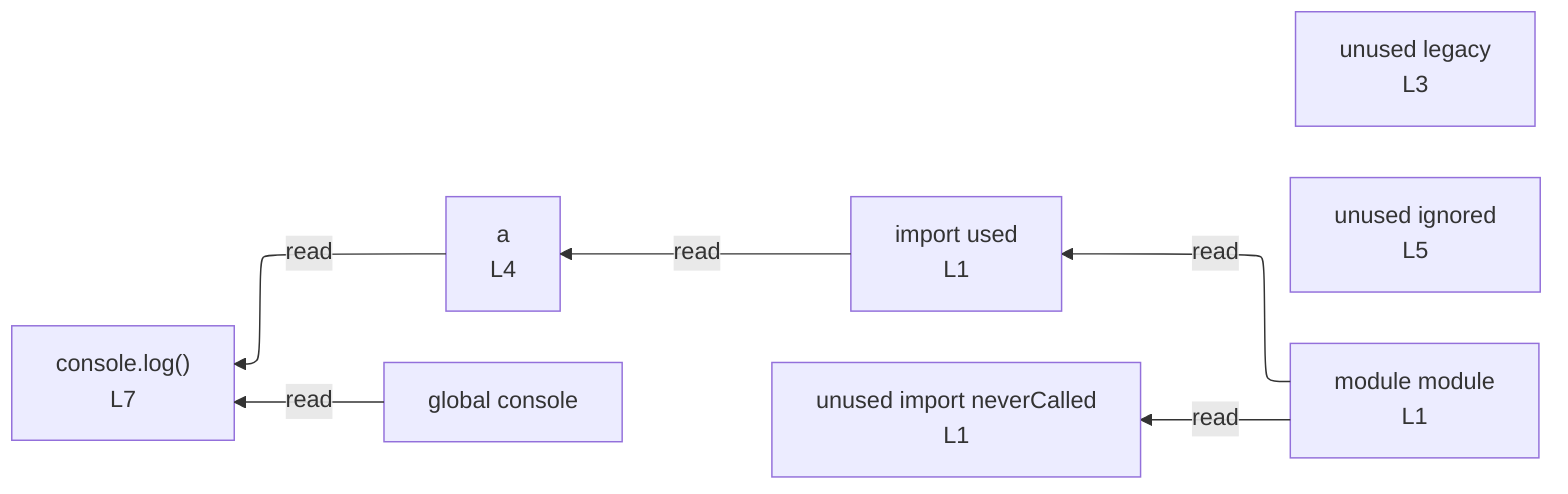
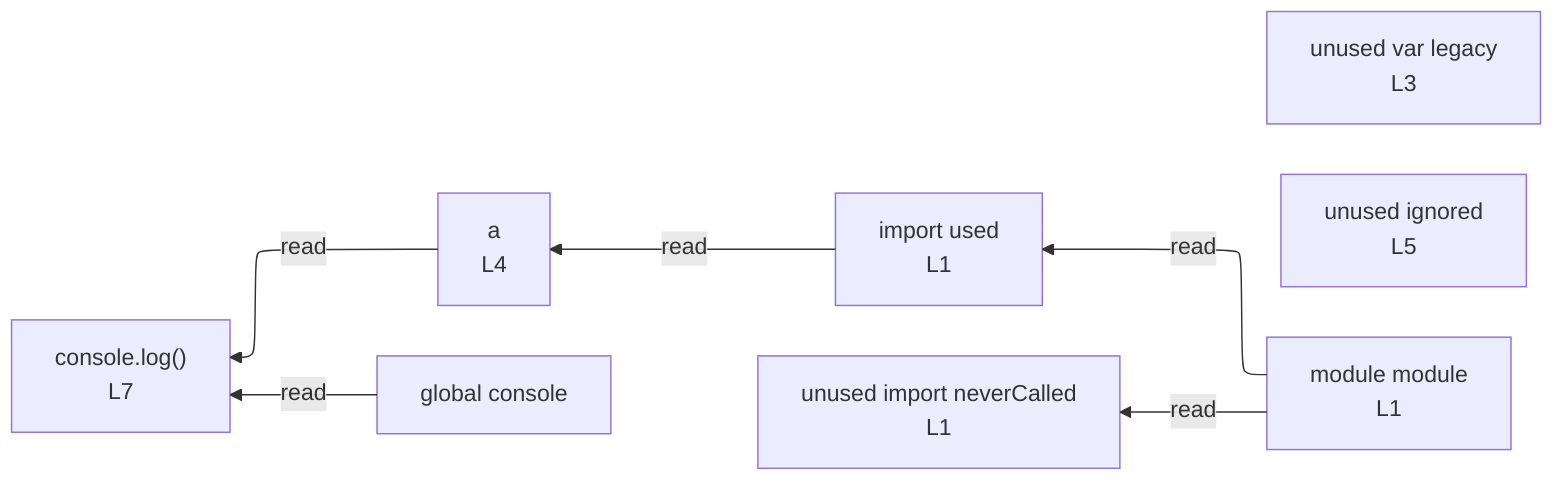
%%{init: {"flowchart": {"defaultRenderer": "elk"}}}%%
flowchart RL
  n_scope_0_used_9["import used<br/>L1"]
  n_scope_0_neverCalled_15["unused import neverCalled<br/>L1"]
-   n_scope_0_legacy_49["unused legacy<br/>L3"]
+   n_scope_0_legacy_49["unused var legacy<br/>L3"]
  n_scope_0_a_67["a<br/>L4"]
  n_scope_0_ignored_83["unused ignored<br/>L5"]
  n_scope_0_console_98["global console"]
  n_scope_0_used_9 -->|read| n_scope_0_a_67
  n_scope_0_console_98 -->|read| expr_stmt_98
  n_scope_0_a_67 -->|read| expr_stmt_98
  expr_stmt_98["console.log()<br/>L7"]
  mod_module["module module<br/>L1"]
  mod_module -->|read| n_scope_0_used_9
  mod_module -->|read| n_scope_0_neverCalled_15
